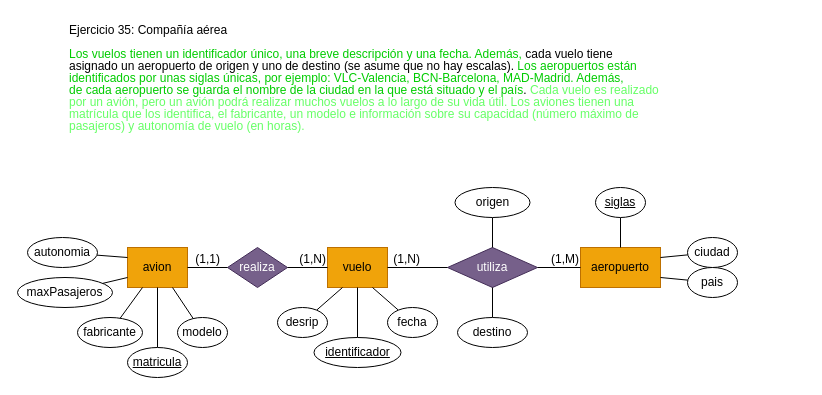
Before: RelacionEjercicios5/Ejercicio35.drawio in Neixxl/BaseDeDatos, a draw.io diagram. Source tidied: cells renumbered, new cells numbered last; positions are measured from the earlier drawing's top-left corner, leaving out a move shared by most shapes. Both pictures are drawn from the tidied source at 100%, with x=0, y=0 at pixel (17, 17).
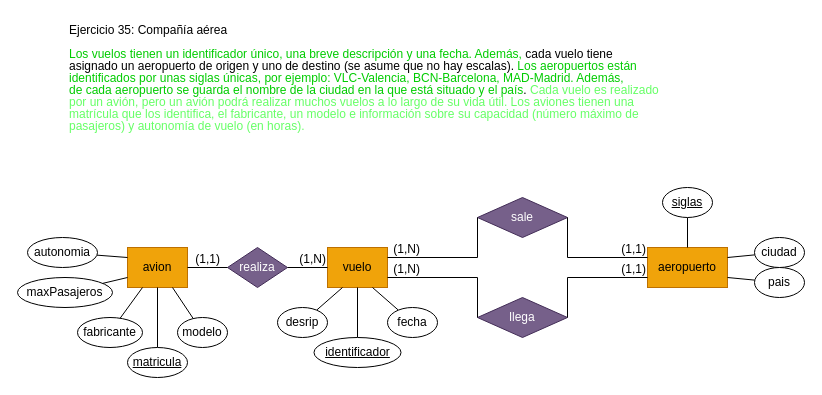
The same page after the edit.

Unchanged cells that the change refers to:
```xml
<mxCell id="3" value="vuelo" style="whiteSpace=wrap;html=1;align=center;fillColor=#f0a30a;strokeColor=#BD7000;fontColor=#000000;" parent="1" vertex="1">
  <mxGeometry x="310" y="230" width="60" height="40" as="geometry" />
</mxCell>
```

Change to the diagram source:
```diff
@@
     <mxCell id="4" value="aeropuerto" style="whiteSpace=wrap;html=1;align=center;fillColor=#f0a30a;strokeColor=#BD7000;fontColor=#000000;" parent="1" vertex="1">
-      <mxGeometry x="563" y="230" width="80" height="40" as="geometry" />
+      <mxGeometry x="630" y="230" width="80" height="40" as="geometry" />
     </mxCell>
@@
     <mxCell id="28" value="ciudad" style="ellipse;whiteSpace=wrap;html=1;align=center;" parent="1" vertex="1">
-      <mxGeometry x="670" y="220" width="50" height="30" as="geometry" />
+      <mxGeometry x="737" y="220" width="50" height="30" as="geometry" />
     </mxCell>
@@
     <mxCell id="30" value="pais" style="ellipse;whiteSpace=wrap;html=1;align=center;" parent="1" vertex="1">
-      <mxGeometry x="670" y="250" width="50" height="30" as="geometry" />
+      <mxGeometry x="737" y="250" width="50" height="30" as="geometry" />
     </mxCell>
@@
     <mxCell id="32" value="&lt;u&gt;siglas&lt;/u&gt;" style="ellipse;whiteSpace=wrap;html=1;align=center;" parent="1" vertex="1">
-      <mxGeometry x="578" y="170" width="50" height="30" as="geometry" />
+      <mxGeometry x="645" y="170" width="50" height="30" as="geometry" />
     </mxCell>
-    <mxCell id="33" value="utiliza" style="shape=rhombus;perimeter=rhombusPerimeter;whiteSpace=wrap;html=1;align=center;fillColor=#76608a;fontColor=#ffffff;strokeColor=#432D57;" parent="1" vertex="1">
-      <mxGeometry x="430" y="230" width="90" height="40" as="geometry" />
-    </mxCell>
-    <mxCell id="34" style="endArrow=none;html=1;rounded=0;exitX=0;exitY=0.5;exitDx=0;exitDy=0;entryX=1;entryY=0.5;entryDx=0;entryDy=0;" parent="1" edge="1" source="33" target="3">
-      <mxGeometry relative="1" as="geometry" />
-    </mxCell>
-    <mxCell id="35" value="(1,N)" style="html=1;whiteSpace=wrap;align=right;verticalAlign=bottom;" parent="34" vertex="1">
-      <mxGeometry x="1" relative="1" as="geometry">
-        <mxPoint x="34" as="offset" />
-      </mxGeometry>
-    </mxCell>
-    <mxCell id="36" style="endArrow=none;html=1;rounded=0;exitX=1;exitY=0.5;exitDx=0;exitDy=0;entryX=0;entryY=0.5;entryDx=0;entryDy=0;" parent="1" edge="1" source="33" target="4">
-      <mxGeometry relative="1" as="geometry" />
-    </mxCell>
-    <mxCell id="37" value="(1,M)" style="html=1;whiteSpace=wrap;align=right;verticalAlign=bottom;" parent="36" vertex="1">
-      <mxGeometry x="1" relative="1" as="geometry" />
-    </mxCell>
-    <mxCell id="38" style="endArrow=none;html=1;rounded=0;exitX=0.5;exitY=0;exitDx=0;exitDy=0;" parent="1" edge="1" source="33" target="39">
-      <mxGeometry relative="1" as="geometry" />
-    </mxCell>
-    <mxCell id="39" value="origen" style="ellipse;whiteSpace=wrap;html=1;align=center;" parent="1" vertex="1">
-      <mxGeometry x="437.5" y="170" width="75" height="30" as="geometry" />
-    </mxCell>
-    <mxCell id="40" style="endArrow=none;html=1;rounded=0;exitX=0.5;exitY=1;exitDx=0;exitDy=0;" parent="1" edge="1" source="33" target="41">
-      <mxGeometry relative="1" as="geometry" />
-    </mxCell>
-    <mxCell id="41" value="destino" style="ellipse;whiteSpace=wrap;html=1;align=center;" parent="1" vertex="1">
-      <mxGeometry x="440" y="300" width="70" height="30" as="geometry" />
-    </mxCell>
+    <mxCell id="42" value="sale" style="shape=rhombus;perimeter=rhombusPerimeter;whiteSpace=wrap;html=1;align=center;fillColor=#76608a;fontColor=#ffffff;strokeColor=#432D57;" parent="1" vertex="1">
+      <mxGeometry x="460" y="180" width="90" height="40" as="geometry" />
+    </mxCell>
+    <mxCell id="43" style="endArrow=none;html=1;rounded=0;exitX=0;exitY=0.5;exitDx=0;exitDy=0;entryX=1;entryY=0.25;entryDx=0;entryDy=0;" parent="1" edge="1" source="42" target="3">
+      <mxGeometry relative="1" as="geometry">
+        <Array as="points">
+          <mxPoint x="460" y="240" />
+        </Array>
+      </mxGeometry>
+    </mxCell>
+    <mxCell id="44" value="(1,N)" style="html=1;whiteSpace=wrap;align=right;verticalAlign=bottom;" parent="43" vertex="1">
+      <mxGeometry x="1" relative="1" as="geometry">
+        <mxPoint x="34" as="offset" />
+      </mxGeometry>
+    </mxCell>
+    <mxCell id="45" style="endArrow=none;html=1;rounded=0;exitX=1;exitY=0.5;exitDx=0;exitDy=0;entryX=0;entryY=0.25;entryDx=0;entryDy=0;" parent="1" edge="1" source="42" target="4">
+      <mxGeometry relative="1" as="geometry">
+        <Array as="points">
+          <mxPoint x="550" y="240" />
+        </Array>
+      </mxGeometry>
+    </mxCell>
+    <mxCell id="46" value="(1,1)" style="html=1;whiteSpace=wrap;align=right;verticalAlign=bottom;" parent="45" vertex="1">
+      <mxGeometry x="1" relative="1" as="geometry" />
+    </mxCell>
+    <mxCell id="47" value="llega" style="shape=rhombus;perimeter=rhombusPerimeter;whiteSpace=wrap;html=1;align=center;fillColor=#76608a;fontColor=#ffffff;strokeColor=#432D57;" parent="1" vertex="1">
+      <mxGeometry x="460" y="280" width="90" height="40" as="geometry" />
+    </mxCell>
+    <mxCell id="48" style="endArrow=none;html=1;rounded=0;exitX=0;exitY=0.5;exitDx=0;exitDy=0;entryX=1;entryY=0.75;entryDx=0;entryDy=0;" parent="1" edge="1" source="47" target="3">
+      <mxGeometry relative="1" as="geometry">
+        <Array as="points">
+          <mxPoint x="460" y="260" />
+        </Array>
+      </mxGeometry>
+    </mxCell>
+    <mxCell id="49" value="(1,N)" style="html=1;whiteSpace=wrap;align=right;verticalAlign=bottom;" parent="48" vertex="1">
+      <mxGeometry x="1" relative="1" as="geometry">
+        <mxPoint x="34" as="offset" />
+      </mxGeometry>
+    </mxCell>
+    <mxCell id="50" style="endArrow=none;html=1;rounded=0;exitX=1;exitY=0.5;exitDx=0;exitDy=0;entryX=0;entryY=0.75;entryDx=0;entryDy=0;" parent="1" edge="1" source="47" target="4">
+      <mxGeometry relative="1" as="geometry">
+        <Array as="points">
+          <mxPoint x="550" y="260" />
+        </Array>
+      </mxGeometry>
+    </mxCell>
+    <mxCell id="51" value="(1,1)" style="html=1;whiteSpace=wrap;align=right;verticalAlign=bottom;" parent="50" vertex="1">
+      <mxGeometry x="1" relative="1" as="geometry" />
+    </mxCell>
```
